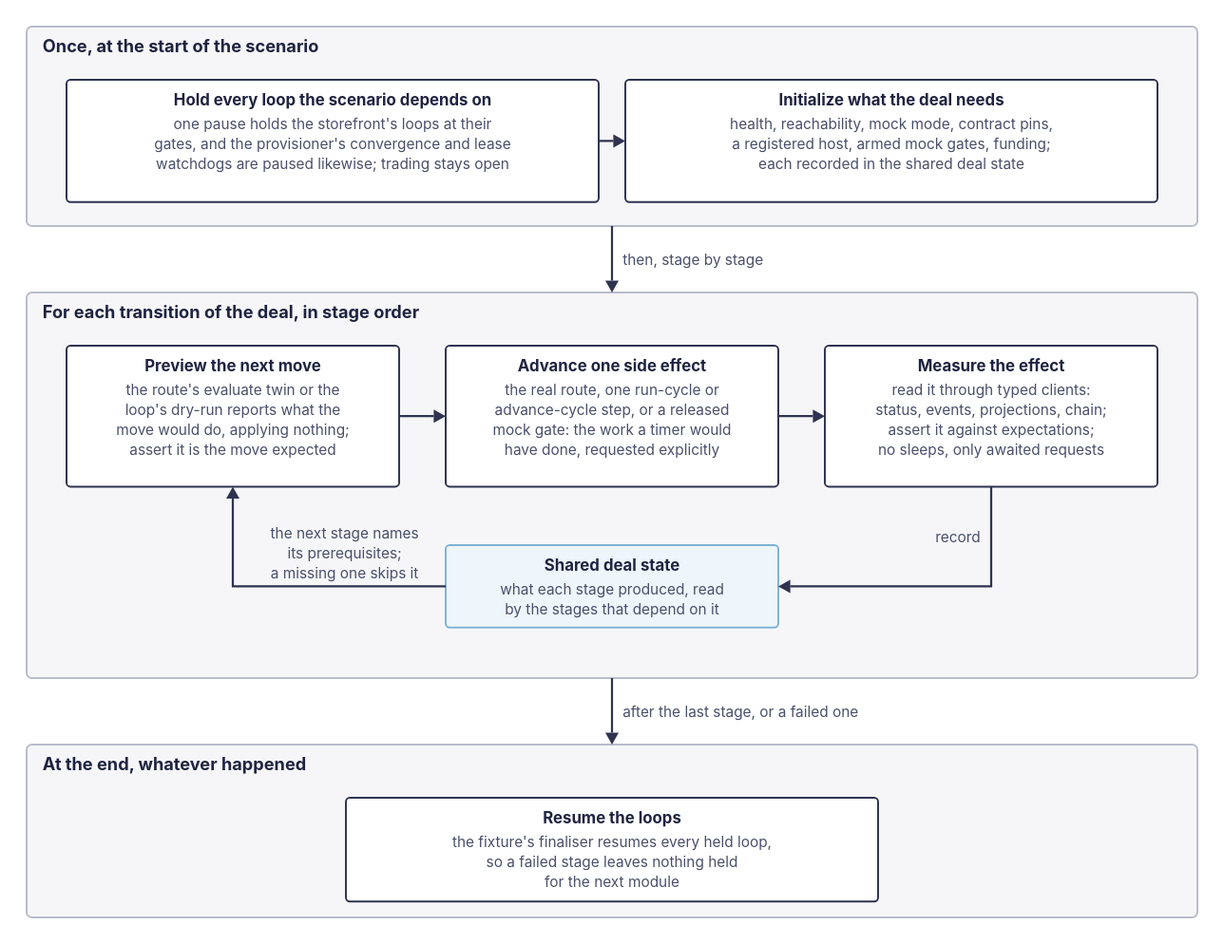
The draw.io diagram docs/development/diagrams/e2e-stage-discipline.svg in arkhai-io/simple-compute-market, before a commit. Source tidied: cells renumbered, new cells last; positions are measured from the earlier drawing's top-left corner, leaving out a move shared by most shapes.
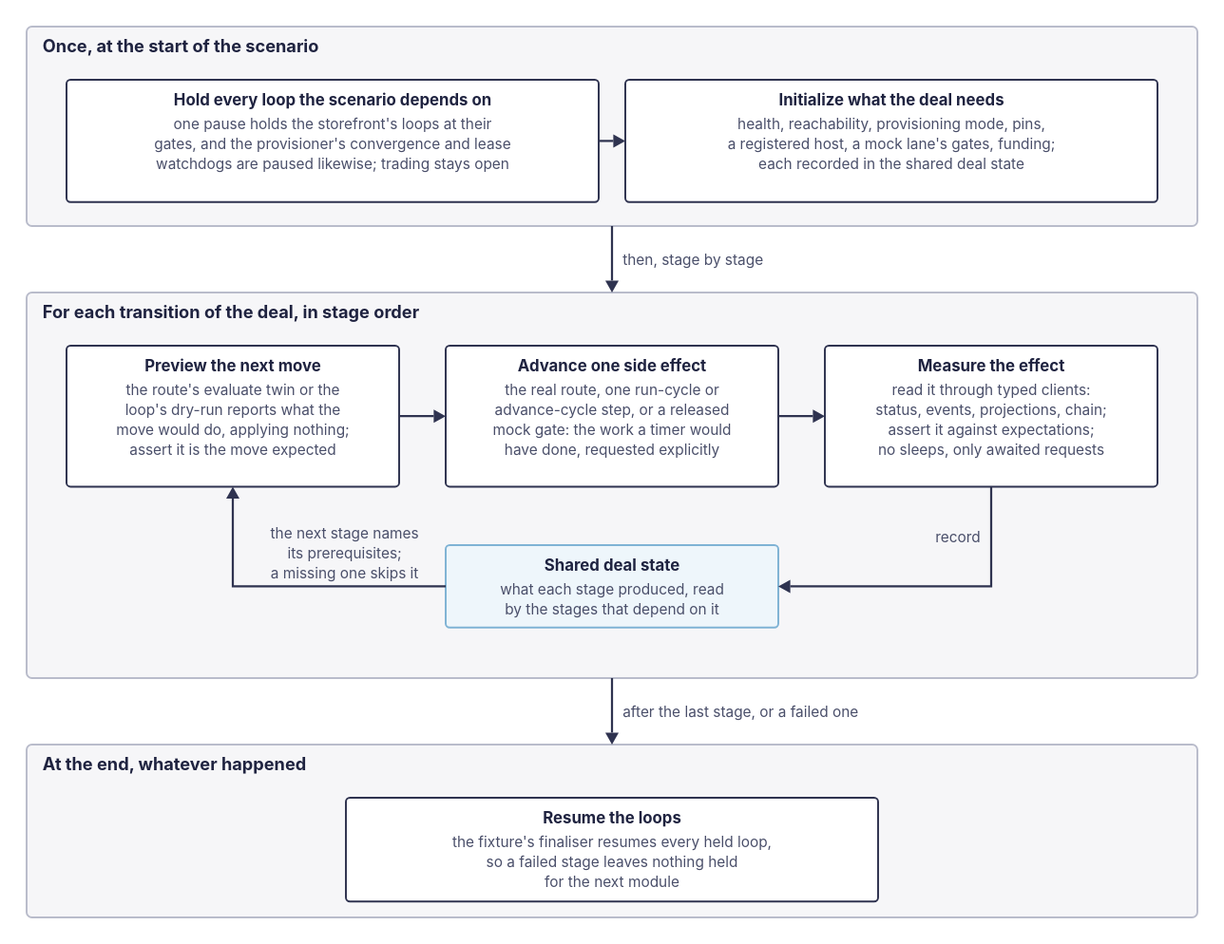
After the commit.

The edit, as a diff of the source:
```diff
@@ -29,10 +29,10 @@
     <mxCell id="10" value="Initialize what the deal needs" style="text;html=1;align=center;verticalAlign=middle;whiteSpace=nowrap;fontSize=12;fontColor=#1f2340;fontStyle=1;fontFamily=Helvetica;" parent="1" vertex="1">
       <mxGeometry x="532.4" y="47" width="235.2" height="18" as="geometry" />
     </mxCell>
-    <mxCell id="11" value="health, reachability, mock mode, contract pins," style="text;html=1;align=center;verticalAlign=middle;whiteSpace=nowrap;fontSize=11;fontColor=#4a4f6a;fontStyle=0;fontFamily=Helvetica;" parent="1" vertex="1">
+    <mxCell id="11" value="health, reachability, provisioning mode, pins," style="text;html=1;align=center;verticalAlign=middle;whiteSpace=nowrap;fontSize=11;fontColor=#4a4f6a;fontStyle=0;fontFamily=Helvetica;" parent="1" vertex="1">
       <mxGeometry x="483.7" y="66" width="332.5" height="17" as="geometry" />
     </mxCell>
-    <mxCell id="12" value="a registered host, armed mock gates, funding;" style="text;html=1;align=center;verticalAlign=middle;whiteSpace=nowrap;fontSize=11;fontColor=#4a4f6a;fontStyle=0;fontFamily=Helvetica;" parent="1" vertex="1">
+    <mxCell id="12" value="a registered host, a mock lane's gates, funding;" style="text;html=1;align=center;verticalAlign=middle;whiteSpace=nowrap;fontSize=11;fontColor=#4a4f6a;fontStyle=0;fontFamily=Helvetica;" parent="1" vertex="1">
       <mxGeometry x="490.5" y="81" width="318.9" height="17" as="geometry" />
     </mxCell>
     <mxCell id="13" value="each recorded in the shared deal state" style="text;html=1;align=center;verticalAlign=middle;whiteSpace=nowrap;fontSize=11;fontColor=#4a4f6a;fontStyle=0;fontFamily=Helvetica;" parent="1" vertex="1">
```
